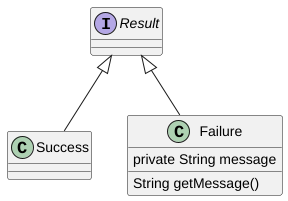
Earlier version of the PlantUML export sms-notifications-i2/result.png (nicolasduminil/sms-notifications). Its diagram source:
```plantuml
@startuml
interface Result
Result <|-- Success
Result <|-- Failure
Failure : private String message
Failure : String getMessage()
@enduml
```
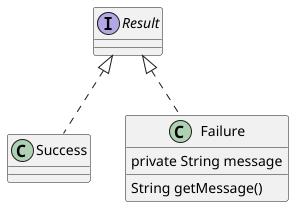
The same diagram one commit later.

What changed in the source:
```diff
@@ -1,7 +1,7 @@
 @startuml
 interface Result
-Result <|-- Success
-Result <|-- Failure
+Result <|.. Success
+Result <|.. Failure
 Failure : private String message
 Failure : String getMessage()
 @enduml
```
